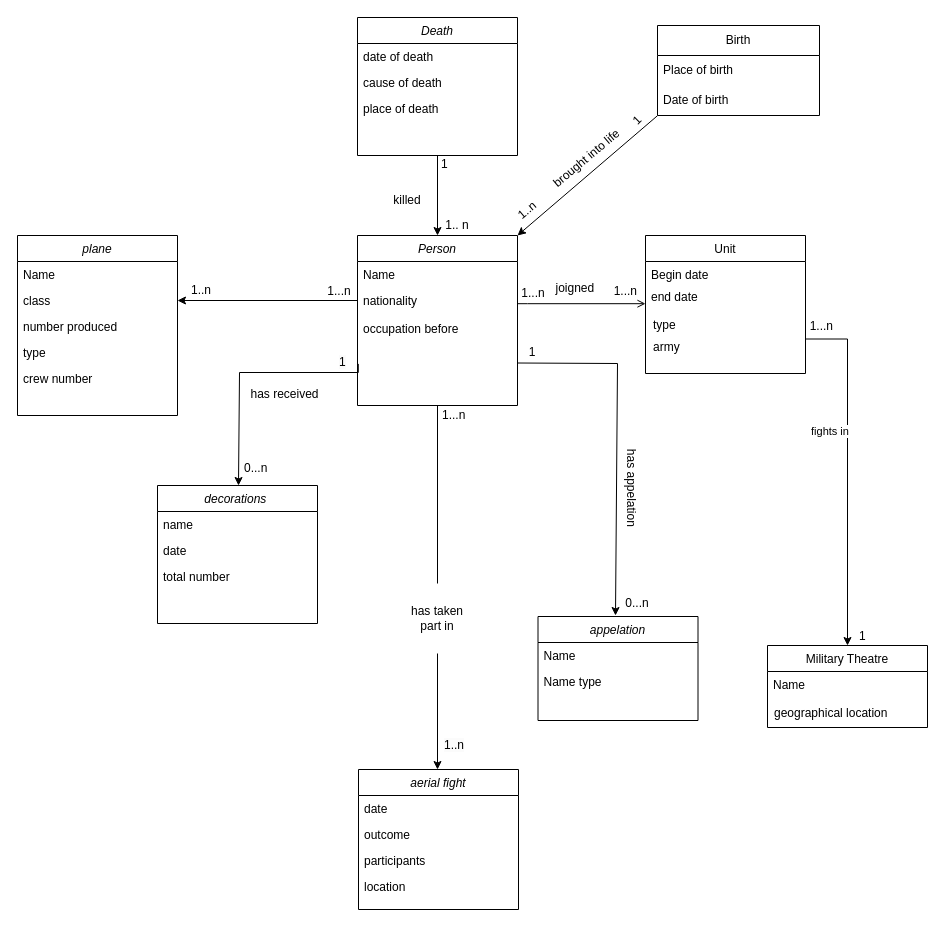
Before: testmodele.drawio in samohTDNM/Les-as-de-la-Grande-Guerre-, a draw.io diagram. Source tidied: cells renumbered, new cells numbered last; positions are measured from the earlier drawing's top-left corner, leaving out a move shared by most shapes. Both pictures are drawn from the tidied source at 100%, with x=0, y=0 at pixel (17, 17).
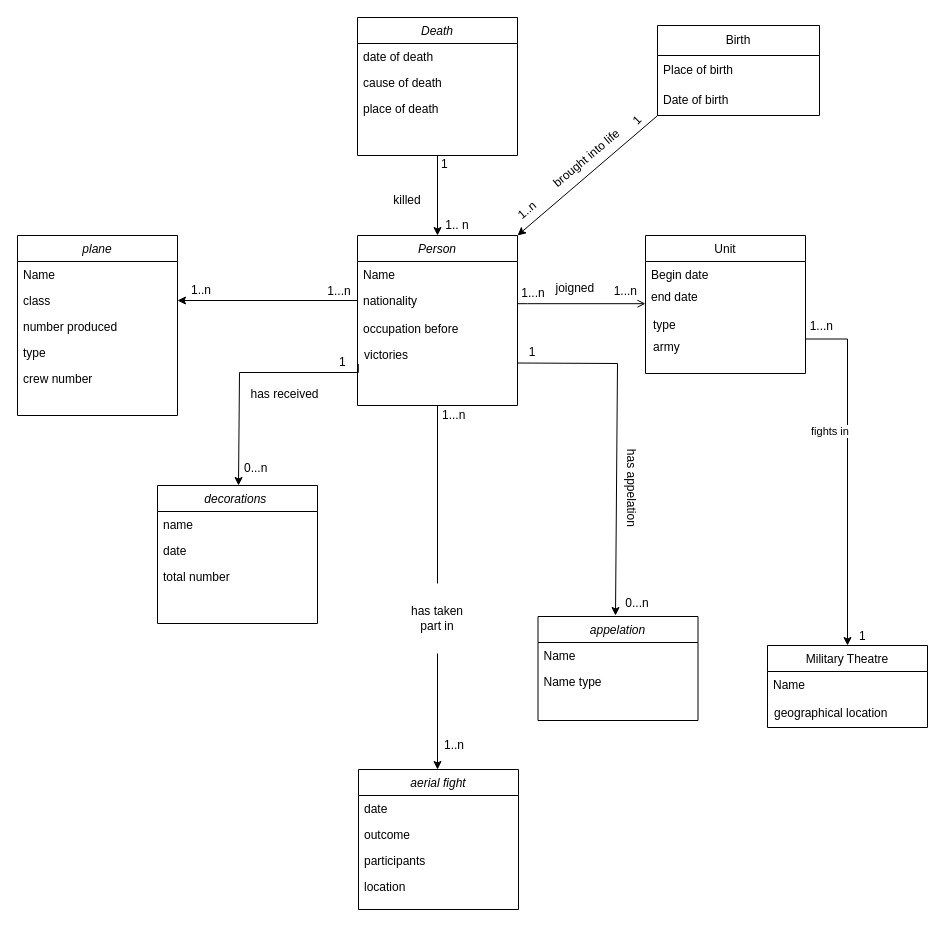
Above is the later version.

Change to the diagram source:
```diff
@@
+    <mxCell id="75" value="victories&#10;" style="text;align=left;verticalAlign=top;spacingLeft=4;spacingRight=4;overflow=hidden;rounded=0;shadow=0;html=0;" parent="1" vertex="1">
+      <mxGeometry x="341" y="324" width="160" height="26" as="geometry" />
+    </mxCell>
```
